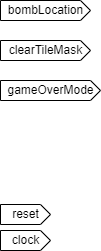
Before: Lab4_Mine_Sweep_Part2/Sources/Diagrams/BD_TileDriver.drawio.png, a diagram exported from draw.io (rbrinson2/CPE-3020-VHDL_Design). Source tidied: cells renumbered, new cells last; positions are measured from the earlier drawing's top-left corner, leaving out a move shared by most shapes. Source of this version:
```xml
<mxGraphModel>
  <root>
    <mxCell id="0" />
    <mxCell id="1" parent="0" />
    <mxCell id="2" value="bombLocation" style="externalPins=0;shadow=0;dashed=0;align=center;html=1;strokeWidth=1;shape=mxgraph.rtl.abstract.entity;kind=input;drawPins=0;left=0;right=1;bottom=0;top=0;" parent="1" vertex="1">
      <mxGeometry width="90" height="20" as="geometry" />
    </mxCell>
    <mxCell id="3" value="clearTileMask" style="externalPins=0;shadow=0;dashed=0;align=center;html=1;strokeWidth=1;shape=mxgraph.rtl.abstract.entity;kind=input;drawPins=0;left=0;right=1;bottom=0;top=0;" parent="1" vertex="1">
      <mxGeometry y="40" width="90" height="20" as="geometry" />
    </mxCell>
    <mxCell id="4" value="gameOverMode" style="externalPins=0;shadow=0;dashed=0;align=center;html=1;strokeWidth=1;shape=mxgraph.rtl.abstract.entity;kind=input;drawPins=0;left=0;right=1;bottom=0;top=0;" parent="1" vertex="1">
      <mxGeometry y="80" width="100" height="20" as="geometry" />
    </mxCell>
    <mxCell id="5" value="reset" style="externalPins=0;shadow=0;dashed=0;align=center;html=1;strokeWidth=1;shape=mxgraph.rtl.abstract.entity;kind=input;drawPins=0;left=0;right=1;bottom=0;top=0;" parent="1" vertex="1">
      <mxGeometry y="204" width="50" height="20" as="geometry" />
    </mxCell>
    <mxCell id="6" value="clock" style="externalPins=0;shadow=0;dashed=0;align=center;html=1;strokeWidth=1;shape=mxgraph.rtl.abstract.entity;kind=input;drawPins=0;left=0;right=1;bottom=0;top=0;" parent="1" vertex="1">
      <mxGeometry y="230" width="50" height="20" as="geometry" />
    </mxCell>
  </root>
</mxGraphModel>
```
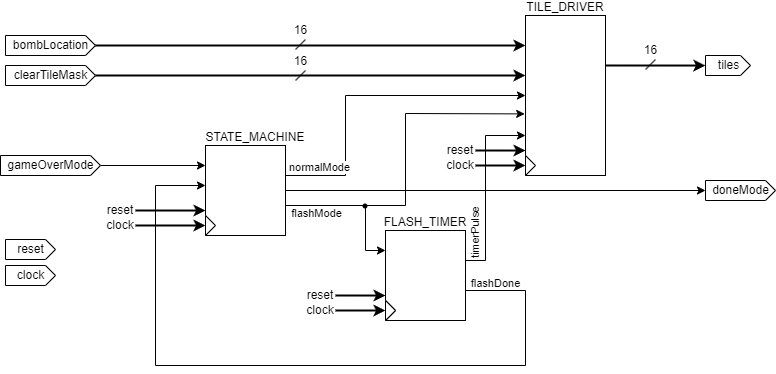
Later version of the same file.

Commit message:
Tile Driver block diagram done

Change to the diagram source:
```diff
@@ -2,14 +2,23 @@
   <root>
     <mxCell id="0" />
     <mxCell id="1" parent="0" />
+    <mxCell id="7" style="edgeStyle=none;html=1;exitX=0;exitY=0;exitDx=90;exitDy=10;exitPerimeter=0;entryX=0;entryY=0;entryDx=0;entryDy=30;entryPerimeter=0;strokeWidth=2;" parent="1" edge="1" source="2" target="24">
+      <mxGeometry relative="1" as="geometry" />
+    </mxCell>
     <mxCell id="2" value="bombLocation" style="externalPins=0;shadow=0;dashed=0;align=center;html=1;strokeWidth=1;shape=mxgraph.rtl.abstract.entity;kind=input;drawPins=0;left=0;right=1;bottom=0;top=0;" parent="1" vertex="1">
       <mxGeometry width="90" height="20" as="geometry" />
     </mxCell>
+    <mxCell id="8" style="edgeStyle=none;html=1;exitX=0;exitY=0;exitDx=90;exitDy=10;exitPerimeter=0;entryX=0;entryY=0;entryDx=0;entryDy=60;entryPerimeter=0;strokeWidth=2;" parent="1" edge="1" source="3" target="24">
+      <mxGeometry relative="1" as="geometry" />
+    </mxCell>
     <mxCell id="3" value="clearTileMask" style="externalPins=0;shadow=0;dashed=0;align=center;html=1;strokeWidth=1;shape=mxgraph.rtl.abstract.entity;kind=input;drawPins=0;left=0;right=1;bottom=0;top=0;" parent="1" vertex="1">
-      <mxGeometry y="40" width="90" height="20" as="geometry" />
+      <mxGeometry y="30" width="90" height="20" as="geometry" />
     </mxCell>
+    <mxCell id="9" style="edgeStyle=none;html=1;exitX=0;exitY=0;exitDx=100;exitDy=10;exitPerimeter=0;entryX=0;entryY=0;entryDx=0;entryDy=20;entryPerimeter=0;" parent="1" edge="1" source="4" target="16">
+      <mxGeometry relative="1" as="geometry" />
+    </mxCell>
     <mxCell id="4" value="gameOverMode" style="externalPins=0;shadow=0;dashed=0;align=center;html=1;strokeWidth=1;shape=mxgraph.rtl.abstract.entity;kind=input;drawPins=0;left=0;right=1;bottom=0;top=0;" parent="1" vertex="1">
-      <mxGeometry y="80" width="100" height="20" as="geometry" />
+      <mxGeometry x="-5" y="120" width="100" height="20" as="geometry" />
     </mxCell>
     <mxCell id="5" value="reset" style="externalPins=0;shadow=0;dashed=0;align=center;html=1;strokeWidth=1;shape=mxgraph.rtl.abstract.entity;kind=input;drawPins=0;left=0;right=1;bottom=0;top=0;" parent="1" vertex="1">
       <mxGeometry y="204" width="50" height="20" as="geometry" />
@@ -17,5 +26,161 @@
     <mxCell id="6" value="clock" style="externalPins=0;shadow=0;dashed=0;align=center;html=1;strokeWidth=1;shape=mxgraph.rtl.abstract.entity;kind=input;drawPins=0;left=0;right=1;bottom=0;top=0;" parent="1" vertex="1">
       <mxGeometry y="230" width="50" height="20" as="geometry" />
     </mxCell>
+    <mxCell id="10" style="edgeStyle=none;html=1;exitX=0;exitY=0;exitDx=80;exitDy=60;exitPerimeter=0;entryX=0;entryY=0;entryDx=0;entryDy=20;entryPerimeter=0;rounded=0;" parent="1" edge="1" source="16" target="21">
+      <mxGeometry relative="1" as="geometry">
+        <Array as="points">
+          <mxPoint x="360" y="170" />
+          <mxPoint x="360" y="215" />
+        </Array>
+      </mxGeometry>
+    </mxCell>
+    <mxCell id="11" value="flashMode" style="edgeLabel;html=1;align=center;verticalAlign=middle;" parent="10" vertex="1">
+      <mxGeometry x="-0.74" relative="1" as="geometry">
+        <mxPoint x="12" y="7" as="offset" />
+      </mxGeometry>
+    </mxCell>
+    <mxCell id="12" style="edgeStyle=none;html=1;exitX=0;exitY=0;exitDx=80;exitDy=30;exitPerimeter=0;rounded=0;entryX=0;entryY=0;entryDx=0;entryDy=80;entryPerimeter=0;" parent="1" edge="1" source="16" target="24">
+      <mxGeometry relative="1" as="geometry">
+        <Array as="points">
+          <mxPoint x="340" y="140" />
+          <mxPoint x="340" y="60" />
+        </Array>
+      </mxGeometry>
+    </mxCell>
+    <mxCell id="13" value="normalMode" style="edgeLabel;html=1;align=center;verticalAlign=middle;" parent="12" vertex="1">
+      <mxGeometry x="-0.85" relative="1" as="geometry">
+        <mxPoint x="10" y="-9" as="offset" />
+      </mxGeometry>
+    </mxCell>
+    <mxCell id="14" style="edgeStyle=none;html=1;" parent="1" edge="1" source="16" target="26">
+      <mxGeometry relative="1" as="geometry" />
+    </mxCell>
+    <mxCell id="15" style="edgeStyle=none;rounded=0;html=1;exitX=0;exitY=0;exitDx=80;exitDy=60;exitPerimeter=0;entryX=-0.01;entryY=0.615;entryDx=0;entryDy=0;entryPerimeter=0;" parent="1" edge="1" source="16" target="24">
+      <mxGeometry relative="1" as="geometry">
+        <Array as="points">
+          <mxPoint x="400" y="170" />
+          <mxPoint x="400" y="78" />
+        </Array>
+      </mxGeometry>
+    </mxCell>
+    <mxCell id="16" style="externalPins=0;shadow=0;dashed=0;align=center;html=1;strokeWidth=1;shape=mxgraph.rtl.abstract.entity;kind=sequential;drawPins=0;left=3;right=2;bottom=0;top=0;" parent="1" vertex="1">
+      <mxGeometry x="200" y="110" width="80" height="90" as="geometry" />
+    </mxCell>
+    <mxCell id="17" style="edgeStyle=none;html=1;exitX=0;exitY=0;exitDx=80;exitDy=60;exitPerimeter=0;entryX=0;entryY=0;entryDx=0;entryDy=40;entryPerimeter=0;rounded=0;" parent="1" edge="1" source="21" target="16">
+      <mxGeometry relative="1" as="geometry">
+        <Array as="points">
+          <mxPoint x="520" y="255" />
+          <mxPoint x="520" y="330" />
+          <mxPoint x="150" y="330" />
+          <mxPoint x="150" y="150" />
+        </Array>
+      </mxGeometry>
+    </mxCell>
+    <mxCell id="18" value="flashDone" style="edgeLabel;html=1;align=center;verticalAlign=middle;" parent="17" vertex="1">
+      <mxGeometry x="-0.28" relative="1" as="geometry">
+        <mxPoint x="100" y="-83" as="offset" />
+      </mxGeometry>
+    </mxCell>
+    <mxCell id="19" style="edgeStyle=none;rounded=0;html=1;exitX=0;exitY=0;exitDx=80;exitDy=30;exitPerimeter=0;entryX=0;entryY=0;entryDx=0;entryDy=120;entryPerimeter=0;" parent="1" edge="1" source="21" target="24">
+      <mxGeometry relative="1" as="geometry">
+        <Array as="points">
+          <mxPoint x="480" y="225" />
+          <mxPoint x="480" y="100" />
+        </Array>
+      </mxGeometry>
+    </mxCell>
+    <mxCell id="20" value="timerPulse" style="edgeLabel;html=1;align=center;verticalAlign=middle;rotation=-90;" parent="19" vertex="1">
+      <mxGeometry x="0.24" y="2" relative="1" as="geometry">
+        <mxPoint x="-8" y="67" as="offset" />
+      </mxGeometry>
+    </mxCell>
+    <mxCell id="21" style="externalPins=0;shadow=0;dashed=0;align=center;html=1;strokeWidth=1;shape=mxgraph.rtl.abstract.entity;kind=sequential;drawPins=0;left=3;right=2;bottom=0;top=0;" parent="1" vertex="1">
+      <mxGeometry x="380" y="195" width="80" height="90" as="geometry" />
+    </mxCell>
+    <mxCell id="22" style="triangle;whiteSpace=wrap;html=1;" parent="21" vertex="1">
+      <mxGeometry y="70" width="10" height="20" as="geometry" />
+    </mxCell>
+    <mxCell id="23" style="edgeStyle=none;rounded=0;html=1;exitX=0;exitY=0;exitDx=80;exitDy=50;exitPerimeter=0;strokeWidth=2;entryX=-0.003;entryY=0.502;entryDx=0;entryDy=0;entryPerimeter=0;" parent="1" edge="1" source="24" target="31">
+      <mxGeometry relative="1" as="geometry" />
+    </mxCell>
+    <mxCell id="24" style="externalPins=0;shadow=0;dashed=0;align=center;html=1;strokeWidth=1;shape=mxgraph.rtl.abstract.entity;kind=sequential;drawPins=0;left=3;right=2;bottom=0;top=0;" parent="1" vertex="1">
+      <mxGeometry x="520" y="-20" width="80" height="160" as="geometry" />
+    </mxCell>
+    <mxCell id="25" style="triangle;whiteSpace=wrap;html=1;" parent="24" vertex="1">
+      <mxGeometry y="140" width="10" height="20" as="geometry" />
+    </mxCell>
+    <mxCell id="26" value="doneMode" style="externalPins=0;shadow=0;dashed=0;align=center;html=1;strokeWidth=1;shape=mxgraph.rtl.abstract.entity;kind=input;drawPins=0;left=0;right=1;bottom=0;top=0;" parent="1" vertex="1">
+      <mxGeometry x="700" y="145" width="70" height="20" as="geometry" />
+    </mxCell>
+    <mxCell id="27" style="externalPins=0;ellipse;whiteSpace=wrap;html=1;fillColor=#000000;strokeColor=none;noLabel=1;perimeter=none;" parent="1" vertex="1">
+      <mxGeometry x="357" y="168" width="5" height="5" as="geometry" />
+    </mxCell>
+    <mxCell id="28" value="16" style="verticalLabelPosition=top;shadow=0;dashed=0;align=center;html=1;verticalAlign=bottom;shape=mxgraph.electrical.transmission.bus_width;labelPosition=center;" parent="1" vertex="1">
+      <mxGeometry x="290" y="4" width="10" height="10" as="geometry" />
+    </mxCell>
+    <mxCell id="29" value="16" style="verticalLabelPosition=top;shadow=0;dashed=0;align=center;html=1;verticalAlign=bottom;shape=mxgraph.electrical.transmission.bus_width;labelPosition=center;" parent="1" vertex="1">
+      <mxGeometry x="290" y="35" width="10" height="10" as="geometry" />
+    </mxCell>
+    <mxCell id="30" value="16" style="verticalLabelPosition=top;shadow=0;dashed=0;align=center;html=1;verticalAlign=bottom;shape=mxgraph.electrical.transmission.bus_width;labelPosition=center;" parent="1" vertex="1">
+      <mxGeometry x="640" y="24" width="10" height="10" as="geometry" />
+    </mxCell>
+    <mxCell id="31" value="tiles" style="externalPins=0;shadow=0;dashed=0;align=center;html=1;strokeWidth=1;shape=mxgraph.rtl.abstract.entity;kind=input;drawPins=0;left=0;right=1;bottom=0;top=0;" parent="1" vertex="1">
+      <mxGeometry x="700" y="20" width="45" height="20" as="geometry" />
+    </mxCell>
+    <mxCell id="32" style="edgeStyle=none;rounded=0;html=1;exitX=1;exitY=0.5;exitDx=0;exitDy=0;entryX=0;entryY=0.844;entryDx=0;entryDy=0;entryPerimeter=0;strokeWidth=2;" parent="1" edge="1" source="33" target="24">
+      <mxGeometry relative="1" as="geometry" />
+    </mxCell>
+    <mxCell id="33" value="reset" style="text;html=1;strokeColor=none;fillColor=none;align=center;verticalAlign=middle;whiteSpace=wrap;rounded=0;" parent="1" vertex="1">
+      <mxGeometry x="440" y="110" width="30" height="10" as="geometry" />
+    </mxCell>
+    <mxCell id="34" style="edgeStyle=none;rounded=0;html=1;exitX=1;exitY=0.5;exitDx=0;exitDy=0;entryX=0;entryY=0.5;entryDx=0;entryDy=0;strokeWidth=2;" parent="1" edge="1" source="35" target="25">
+      <mxGeometry relative="1" as="geometry" />
+    </mxCell>
+    <mxCell id="35" value="clock" style="text;html=1;strokeColor=none;fillColor=none;align=center;verticalAlign=middle;whiteSpace=wrap;rounded=0;" parent="1" vertex="1">
+      <mxGeometry x="440" y="125" width="30" height="10" as="geometry" />
+    </mxCell>
+    <mxCell id="36" style="triangle;whiteSpace=wrap;html=1;" parent="1" vertex="1">
+      <mxGeometry x="380" y="265" width="10" height="20" as="geometry" />
+    </mxCell>
+    <mxCell id="37" style="edgeStyle=none;rounded=0;html=1;exitX=1;exitY=0.5;exitDx=0;exitDy=0;entryX=0;entryY=0.844;entryDx=0;entryDy=0;entryPerimeter=0;strokeWidth=2;" parent="1" edge="1" source="38">
+      <mxGeometry relative="1" as="geometry">
+        <mxPoint x="380" y="260" as="targetPoint" />
+      </mxGeometry>
+    </mxCell>
+    <mxCell id="38" value="reset" style="text;html=1;strokeColor=none;fillColor=none;align=center;verticalAlign=middle;whiteSpace=wrap;rounded=0;" parent="1" vertex="1">
+      <mxGeometry x="300" y="255" width="30" height="10" as="geometry" />
+    </mxCell>
+    <mxCell id="39" style="edgeStyle=none;rounded=0;html=1;exitX=1;exitY=0.5;exitDx=0;exitDy=0;entryX=0;entryY=0.5;entryDx=0;entryDy=0;strokeWidth=2;" parent="1" edge="1" source="40" target="36">
+      <mxGeometry relative="1" as="geometry" />
+    </mxCell>
+    <mxCell id="40" value="clock" style="text;html=1;strokeColor=none;fillColor=none;align=center;verticalAlign=middle;whiteSpace=wrap;rounded=0;" parent="1" vertex="1">
+      <mxGeometry x="300" y="270" width="30" height="10" as="geometry" />
+    </mxCell>
+    <mxCell id="41" style="triangle;whiteSpace=wrap;html=1;" parent="1" vertex="1">
+      <mxGeometry x="200" y="180" width="10" height="20" as="geometry" />
+    </mxCell>
+    <mxCell id="42" style="edgeStyle=none;rounded=0;html=1;exitX=1;exitY=0.5;exitDx=0;exitDy=0;entryX=0;entryY=0.844;entryDx=0;entryDy=0;entryPerimeter=0;strokeWidth=2;" parent="1" edge="1" source="43">
+      <mxGeometry relative="1" as="geometry">
+        <mxPoint x="200" y="175" as="targetPoint" />
+      </mxGeometry>
+    </mxCell>
+    <mxCell id="43" value="reset" style="text;html=1;strokeColor=none;fillColor=none;align=center;verticalAlign=middle;whiteSpace=wrap;rounded=0;" parent="1" vertex="1">
+      <mxGeometry x="100" y="170" width="30" height="10" as="geometry" />
+    </mxCell>
+    <mxCell id="44" style="edgeStyle=none;rounded=0;html=1;exitX=1;exitY=0.5;exitDx=0;exitDy=0;entryX=0;entryY=0.5;entryDx=0;entryDy=0;strokeWidth=2;" parent="1" edge="1" source="45" target="41">
+      <mxGeometry relative="1" as="geometry" />
+    </mxCell>
+    <mxCell id="45" value="clock" style="text;html=1;strokeColor=none;fillColor=none;align=center;verticalAlign=middle;whiteSpace=wrap;rounded=0;" parent="1" vertex="1">
+      <mxGeometry x="100" y="185" width="30" height="10" as="geometry" />
+    </mxCell>
+    <mxCell id="46" value="STATE_MACHINE" style="text;html=1;strokeColor=none;fillColor=none;align=center;verticalAlign=middle;whiteSpace=wrap;rounded=0;" parent="1" vertex="1">
+      <mxGeometry x="200" y="97" width="100" height="10" as="geometry" />
+    </mxCell>
+    <mxCell id="47" value="FLASH_TIMER" style="text;html=1;strokeColor=none;fillColor=none;align=center;verticalAlign=middle;whiteSpace=wrap;rounded=0;" parent="1" vertex="1">
+      <mxGeometry x="380" y="182" width="80" height="10" as="geometry" />
+    </mxCell>
+    <mxCell id="48" value="TILE_DRIVER" style="text;html=1;strokeColor=none;fillColor=none;align=center;verticalAlign=middle;whiteSpace=wrap;rounded=0;" parent="1" vertex="1">
+      <mxGeometry x="520" y="-33" width="80" height="10" as="geometry" />
+    </mxCell>
   </root>
 </mxGraphModel>
```
